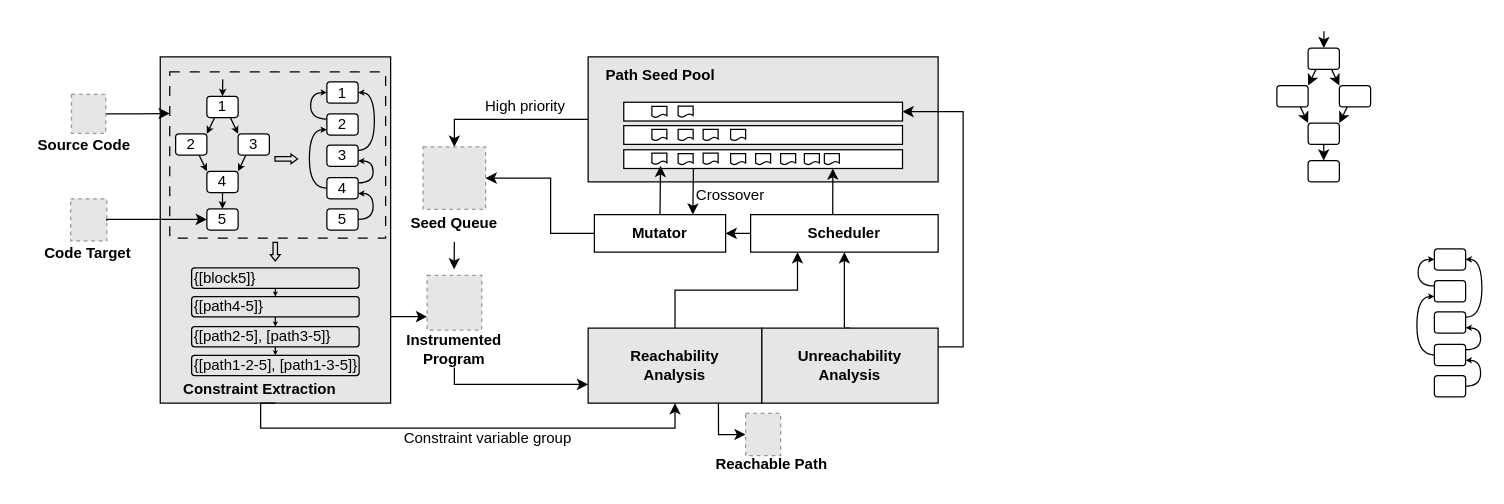
Before: drawio/overview.drawio in ianorz/blog_img, a draw.io diagram. Source tidied: cells renumbered, new cells numbered last; positions are measured from the earlier drawing's top-left corner, leaving out a move shared by most shapes. Both pictures are drawn from the tidied source at 125%, with x=0, y=0 at pixel (21, 30). Pictures stored in the file or linked from it are replaced by grey dashed boxes.
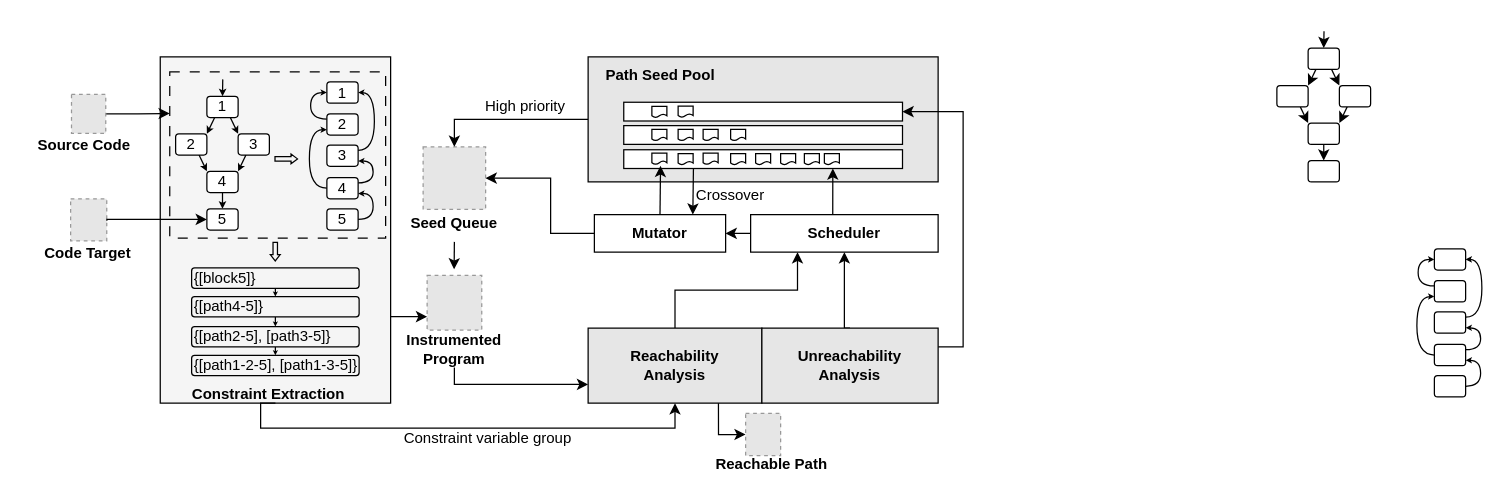
Above is the later version.

What changed in the source:
```diff
@@
-    <mxCell id="2" style="rounded=0;whiteSpace=wrap;html=1;fillColor=#E6E6E6;" parent="1" vertex="1">
+    <mxCell id="2" style="rounded=0;whiteSpace=wrap;html=1;fillColor=#F5F5F5;" parent="1" vertex="1">
       <mxGeometry x="110.7" y="21" width="184.3" height="277" as="geometry" />
     </mxCell>
@@
     <mxCell id="23" value="&lt;b&gt;Constraint Extraction&lt;/b&gt;" style="text;html=1;align=center;verticalAlign=middle;whiteSpace=wrap;rounded=0;" parent="1" vertex="1">
-      <mxGeometry x="118.3" y="272" width="144.7" height="30" as="geometry" />
+      <mxGeometry x="125.1" y="276.2" width="144.7" height="30" as="geometry" />
     </mxCell>
```
